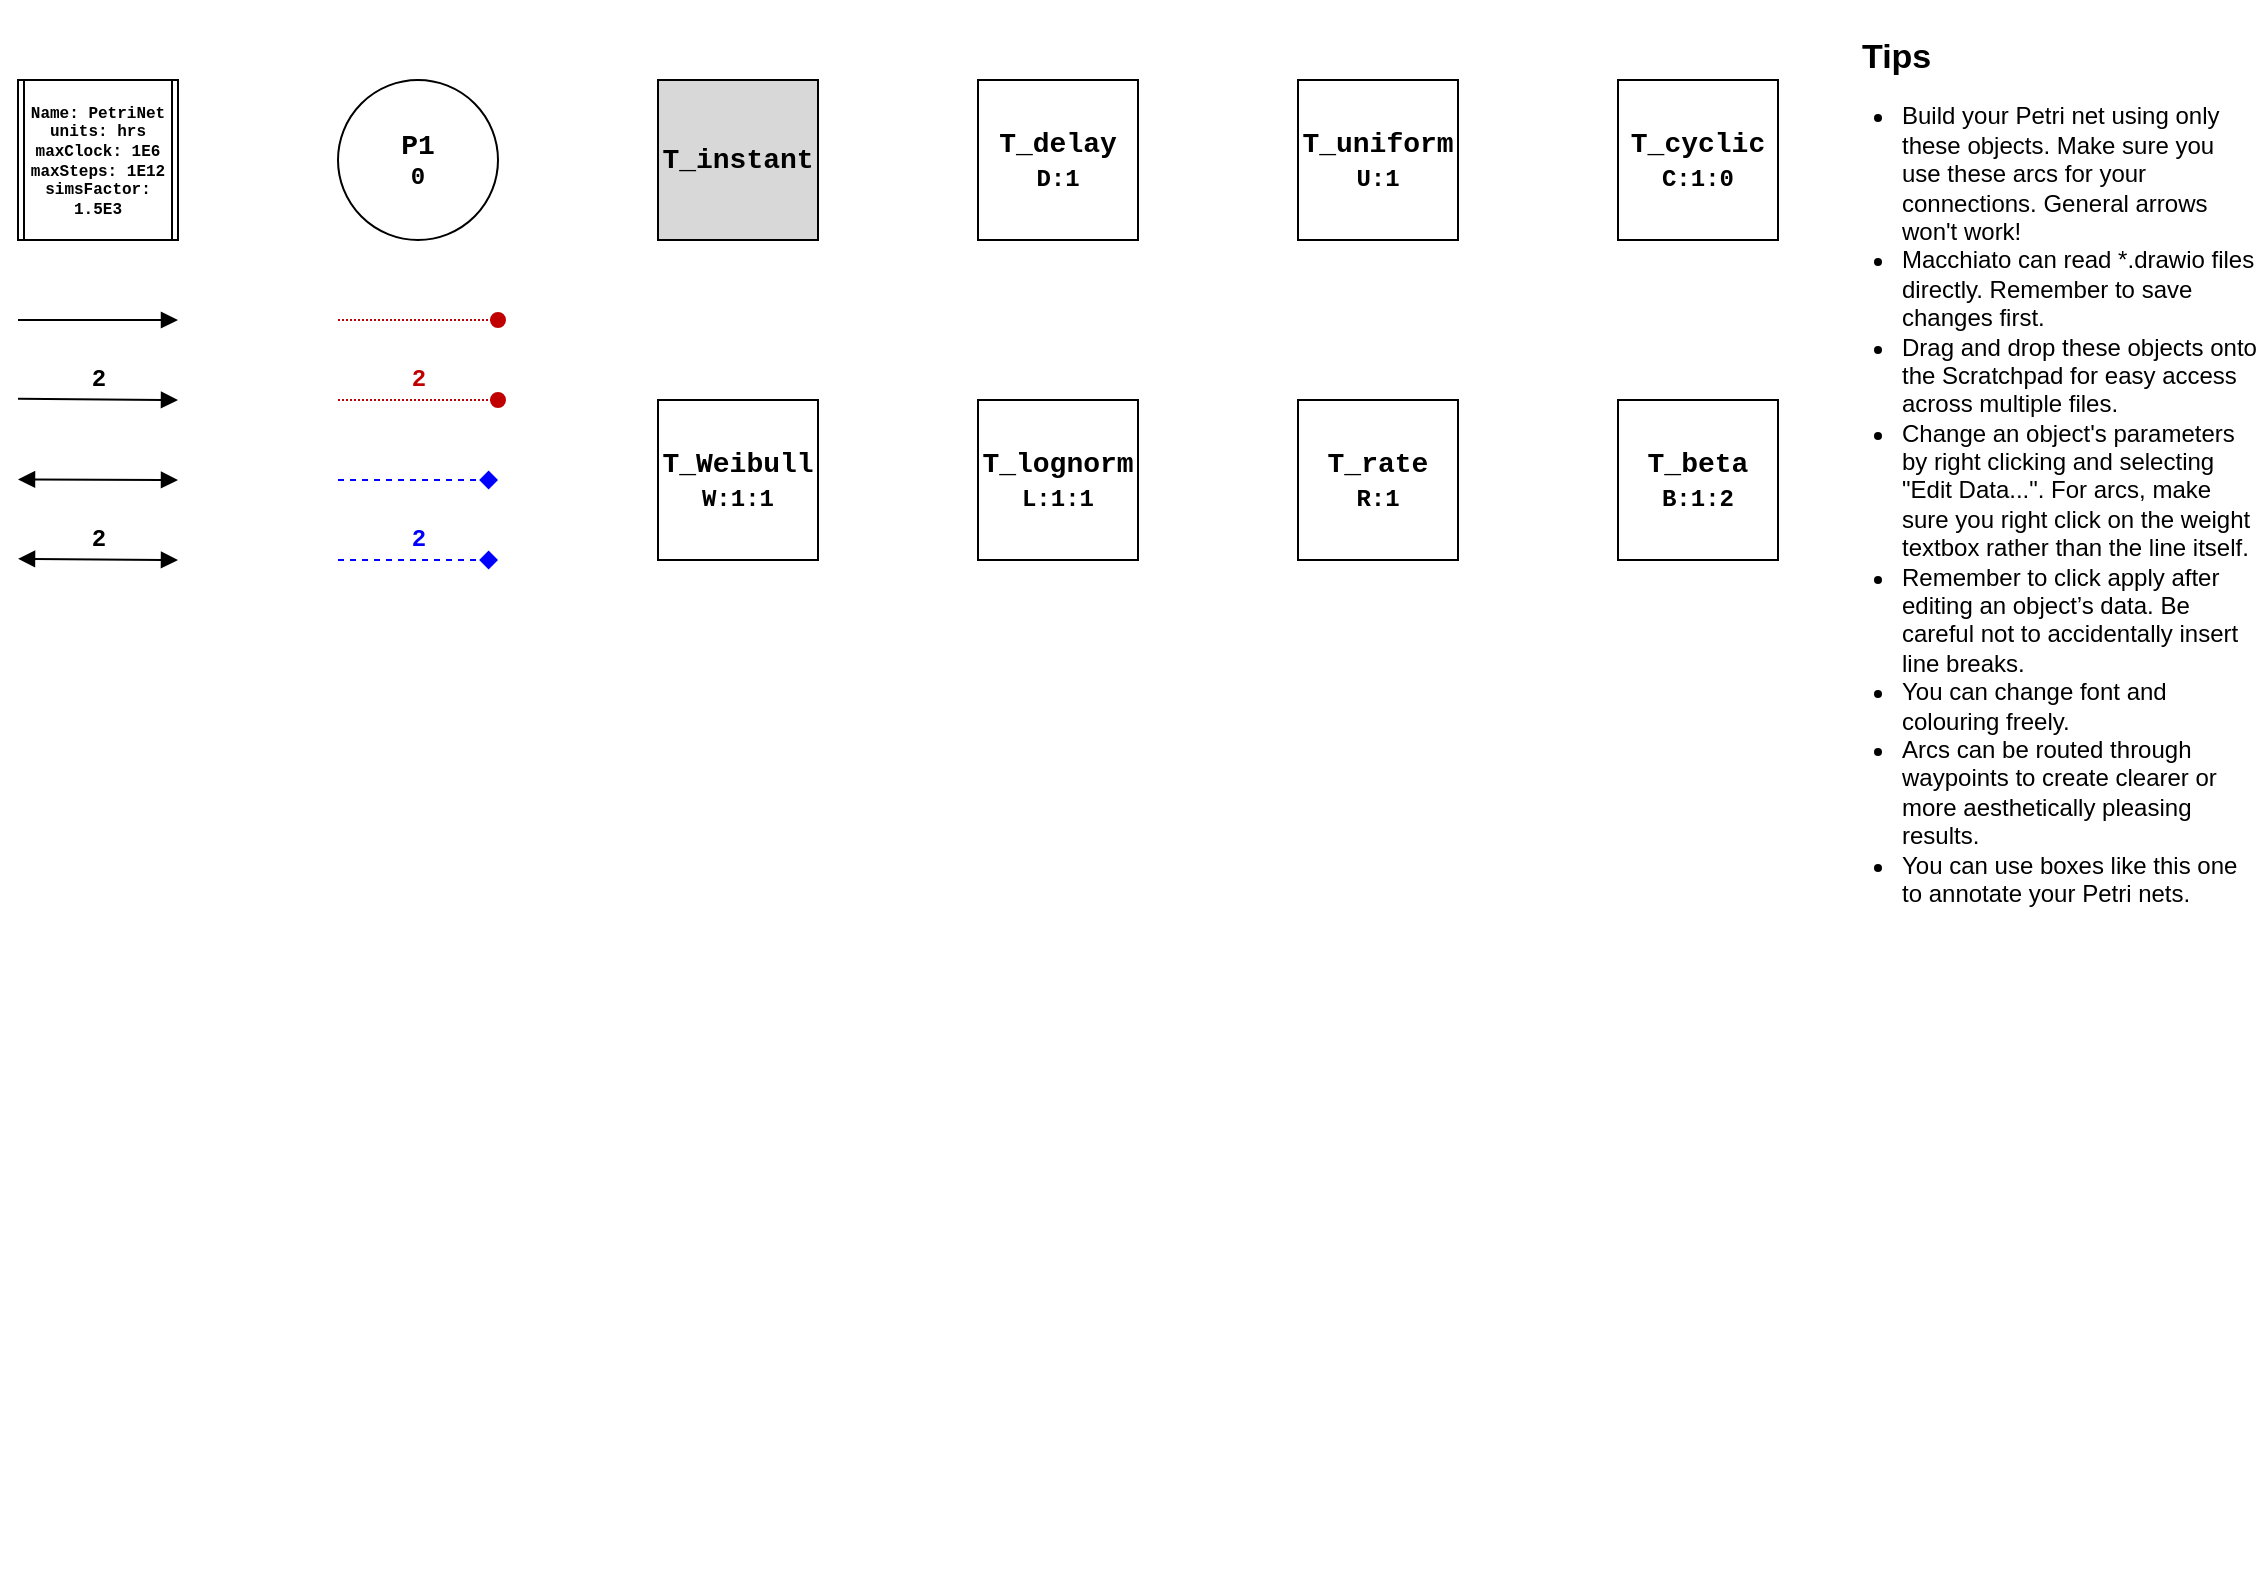
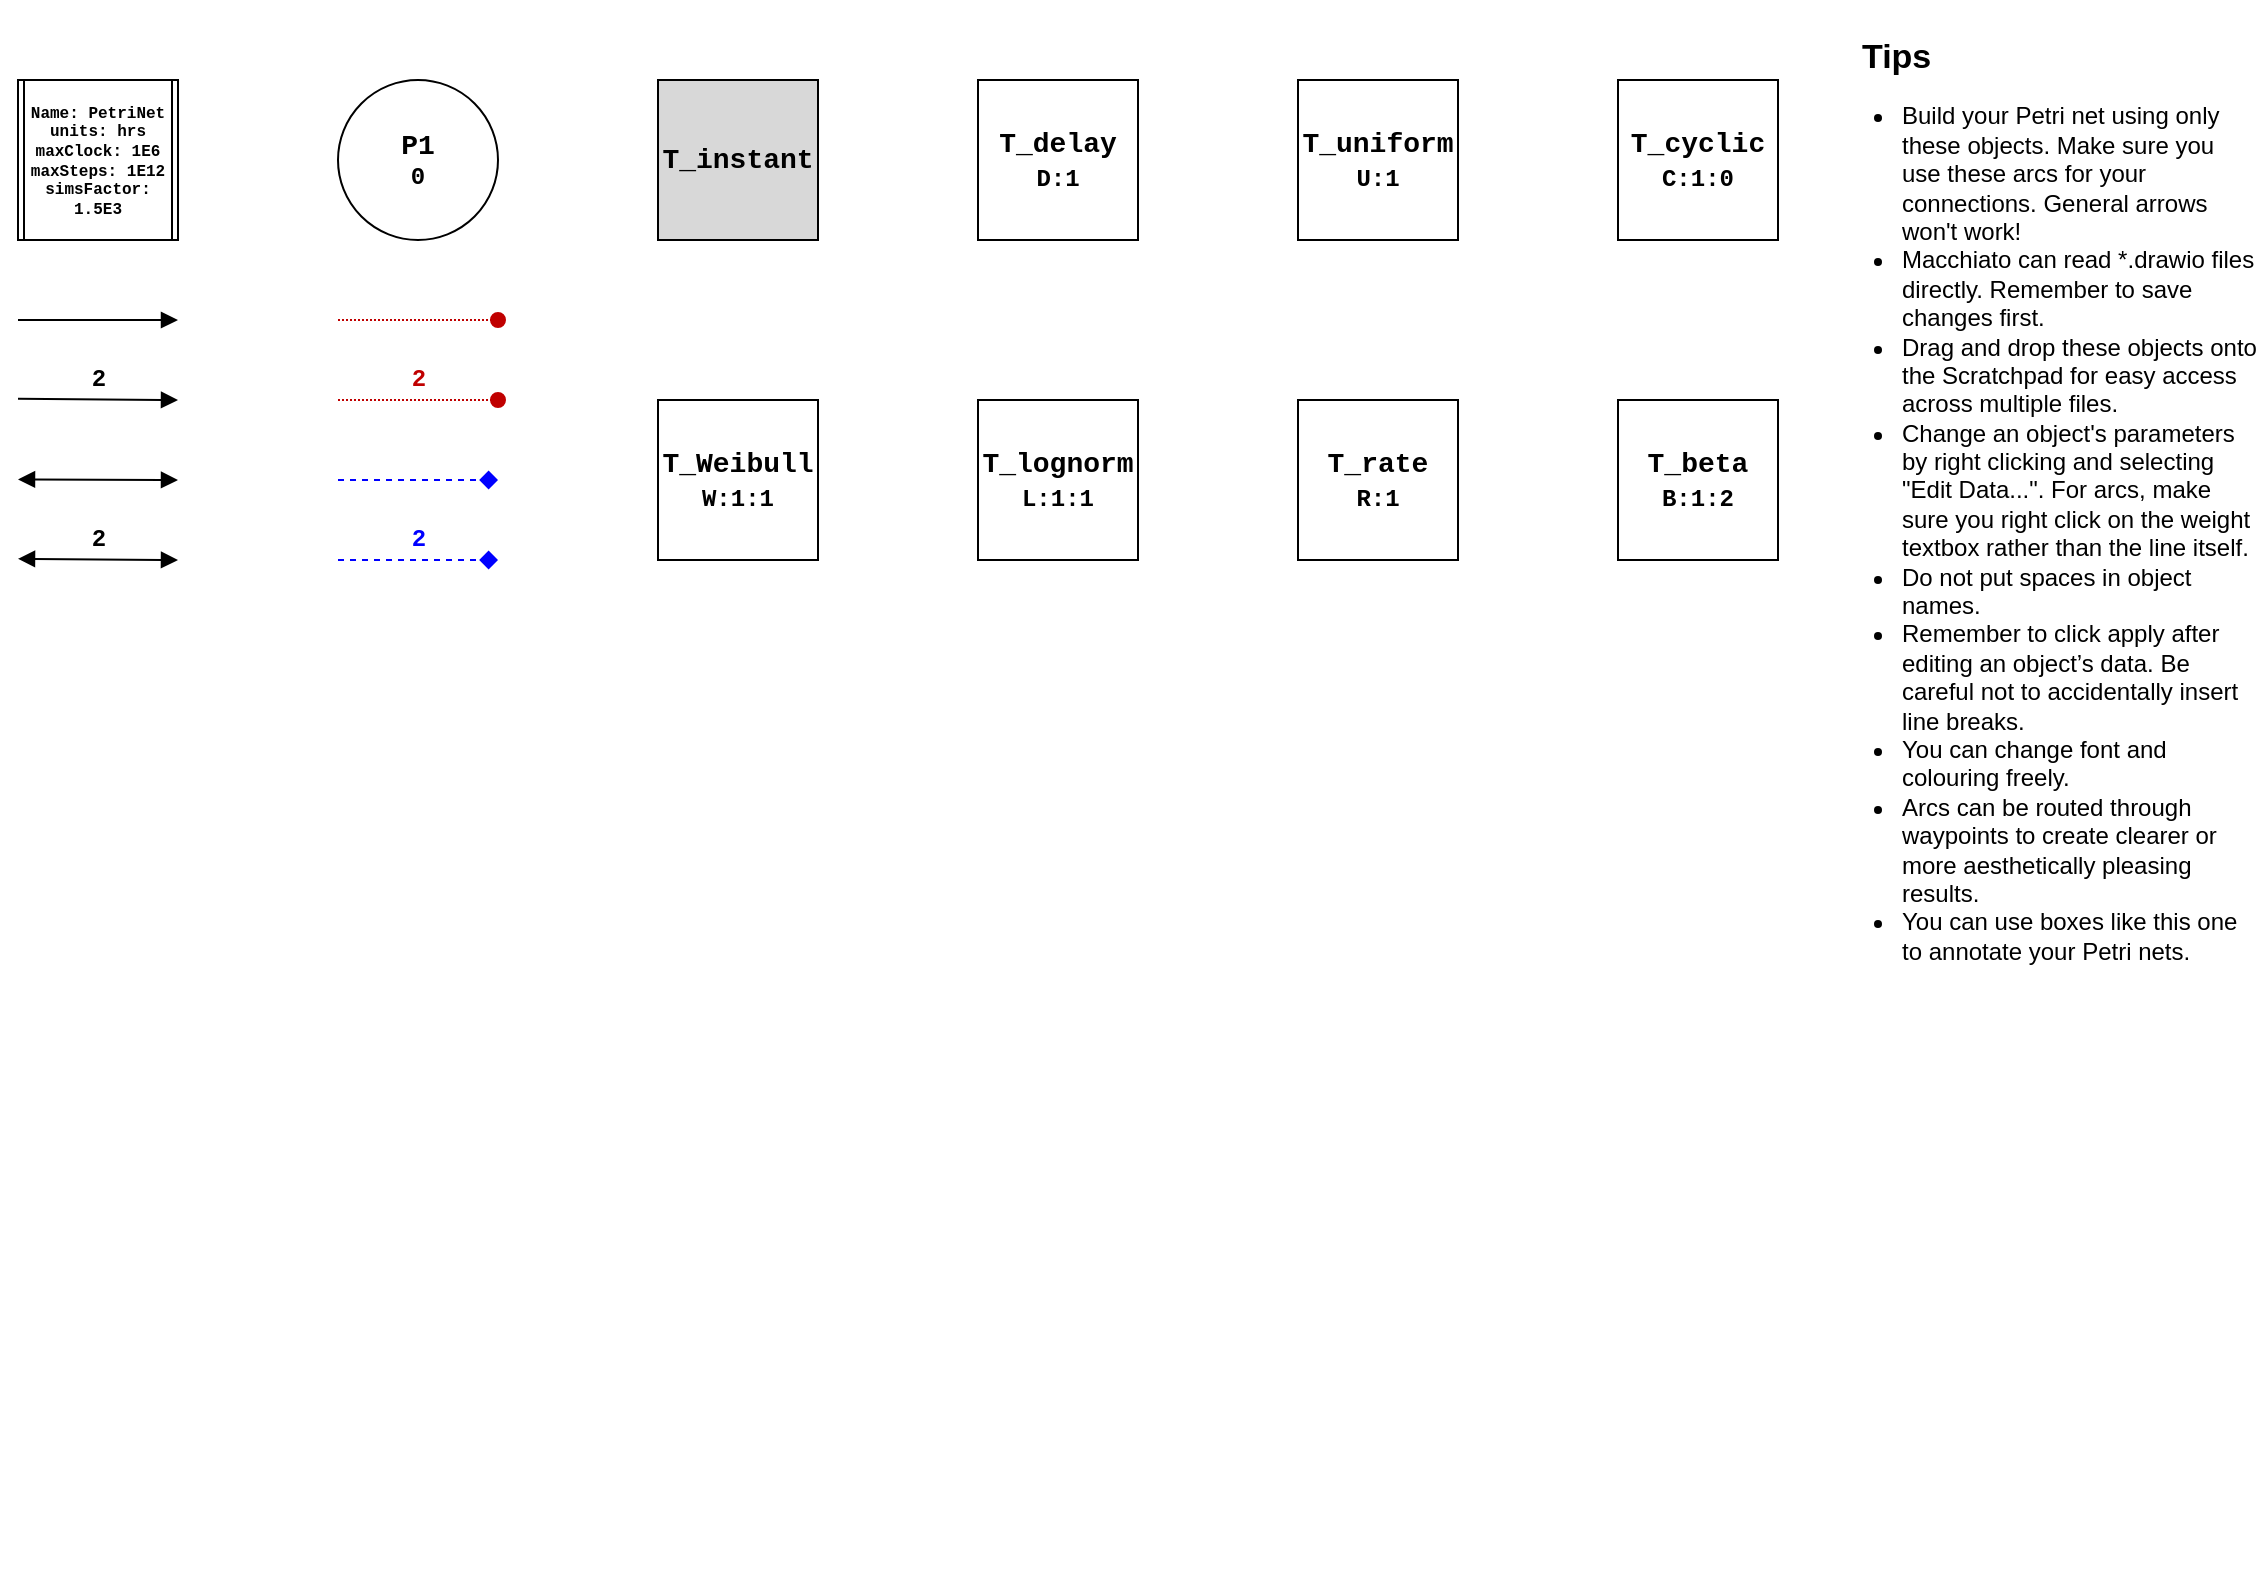
<mxfile host="Electron" agent="Mozilla/5.0 (X11; Linux x86_64) AppleWebKit/537.36 (KHTML, like Gecko) draw.io/29.6.6 Chrome/144.0.7559.236 Electron/40.8.4 Safari/537.36" version="29.6.6">
  <diagram name="Page-1" id="w09R0wPlkSaECLNgurl3">
-     <mxGraphModel dx="2066" dy="1208" grid="1" gridSize="10" guides="1" tooltips="1" connect="1" arrows="1" fold="1" page="1" pageScale="1" pageWidth="1169" pageHeight="827" math="0" shadow="0">
+     <mxGraphModel dx="1426" dy="854" grid="1" gridSize="10" guides="1" tooltips="1" connect="1" arrows="1" fold="1" page="1" pageScale="1" pageWidth="1169" pageHeight="827" math="0" shadow="0">
      <root>
        <mxCell id="0" />
        <mxCell id="1" parent="0" />
        <object label="&lt;span style=&quot;background-color: light-dark(#ffffff, var(--ge-dark-color, #121212));&quot;&gt;&lt;font style=&quot;font-size: 14px;&quot;&gt;%name%&lt;/font&gt;&lt;/span&gt;&lt;div&gt;%tokens%&lt;/div&gt;" placeholders="1" type="place" name="P1" tokens="0" min="None" max="None" limits="None" id="AhunuUh0luzD3hoNHjrG-19">
          <mxCell parent="1" style="ellipse;whiteSpace=wrap;html=1;aspect=fixed;fontFamily=Courier New;fontStyle=1" vertex="1">
            <mxGeometry height="80" width="80" x="200" y="40" as="geometry" />
          </mxCell>
        </object>
        <object label="%name%" placeholders="1" type="transition" name="T_instant" maxFire="" reset="" vote="" id="AhunuUh0luzD3hoNHjrG-21">
          <mxCell parent="1" style="whiteSpace=wrap;html=1;aspect=fixed;fontFamily=Courier New;fontStyle=1;fontSize=14;fillColor=#D8D8D8;" vertex="1">
            <mxGeometry height="80" width="80" x="360" y="40" as="geometry" />
          </mxCell>
        </object>
        <object label="%name%&lt;div&gt;&lt;font style=&quot;font-size: 12px;&quot;&gt;W:%weibull%&lt;/font&gt;&lt;/div&gt;" placeholders="1" type="transition" name="T_Weibull" maxFire="" reset="" weibull="1:1" vote="" id="AhunuUh0luzD3hoNHjrG-23">
          <mxCell parent="1" style="whiteSpace=wrap;html=1;aspect=fixed;fontFamily=Courier New;fontStyle=1;fontSize=14;" vertex="1">
            <mxGeometry height="80" width="80" x="360" y="200" as="geometry" />
          </mxCell>
        </object>
        <object label="%name%&lt;div&gt;&lt;font style=&quot;font-size: 12px;&quot;&gt;L:%lognorm%&lt;/font&gt;&lt;/div&gt;" placeholders="1" type="transition" name="T_lognorm" maxFire="" reset="" lognorm="1:1" vote="" id="AhunuUh0luzD3hoNHjrG-24">
          <mxCell parent="1" style="whiteSpace=wrap;html=1;aspect=fixed;fontFamily=Courier New;fontStyle=1;fontSize=14;" vertex="1">
            <mxGeometry height="80" width="80" x="520" y="200" as="geometry" />
          </mxCell>
        </object>
        <object label="%name%&lt;div&gt;&lt;font style=&quot;font-size: 12px;&quot;&gt;U:%uniform%&lt;/font&gt;&lt;/div&gt;" placeholders="1" type="transition" name="T_uniform" maxFire="" reset="" uniform="1" vote="" id="AhunuUh0luzD3hoNHjrG-25">
          <mxCell parent="1" style="whiteSpace=wrap;html=1;aspect=fixed;fontFamily=Courier New;fontStyle=1;fontSize=14;" vertex="1">
            <mxGeometry height="80" width="80" x="680" y="40" as="geometry" />
          </mxCell>
        </object>
        <object label="%name%&lt;div&gt;&lt;font style=&quot;font-size: 12px;&quot;&gt;D:%delay%&lt;/font&gt;&lt;/div&gt;" placeholders="1" type="transition" name="T_delay" maxFire="" reset="" delay="1" vote="" id="AhunuUh0luzD3hoNHjrG-26">
          <mxCell parent="1" style="whiteSpace=wrap;html=1;aspect=fixed;fontFamily=Courier New;fontStyle=1;fontSize=14;" vertex="1">
            <mxGeometry height="80" width="80" x="520" y="40" as="geometry" />
          </mxCell>
        </object>
        <object label="%name%&lt;div&gt;&lt;font style=&quot;font-size: 12px;&quot;&gt;R:%rate%&lt;/font&gt;&lt;/div&gt;" placeholders="1" type="transition" name="T_rate" maxFire="" reset="" rate="1" vote="" id="AhunuUh0luzD3hoNHjrG-27">
          <mxCell parent="1" style="whiteSpace=wrap;html=1;aspect=fixed;fontFamily=Courier New;fontStyle=1;fontSize=14;" vertex="1">
            <mxGeometry height="80" width="80" x="680" y="200" as="geometry" />
          </mxCell>
        </object>
        <object label="%name%&lt;div&gt;&lt;font style=&quot;font-size: 12px;&quot;&gt;B:%beta%&lt;/font&gt;&lt;/div&gt;" placeholders="1" type="transition" name="T_beta" maxFire="" reset="" beta="1:2" vote="" id="AhunuUh0luzD3hoNHjrG-28">
          <mxCell parent="1" style="whiteSpace=wrap;html=1;aspect=fixed;fontFamily=Courier New;fontStyle=1;fontSize=14;" vertex="1">
            <mxGeometry height="80" width="80" x="840" y="200" as="geometry" />
          </mxCell>
        </object>
        <object label="%name%&lt;div&gt;&lt;font style=&quot;font-size: 12px;&quot;&gt;C:%cyclic%&lt;/font&gt;&lt;/div&gt;" placeholders="1" type="transition" name="T_cyclic" maxFire="" reset="" cyclic="1:0" vote="" id="AhunuUh0luzD3hoNHjrG-29">
          <mxCell parent="1" style="whiteSpace=wrap;html=1;aspect=fixed;fontFamily=Courier New;fontStyle=1;fontSize=14;" vertex="1">
            <mxGeometry height="80" width="80" x="840" y="40" as="geometry" />
          </mxCell>
        </object>
        <object label="" placeholders="1" type="std" id="AhunuUh0luzD3hoNHjrG-30">
          <mxCell edge="1" parent="1" style="endArrow=block;html=1;rounded=0;fontFamily=Courier New;fontStyle=1;fontSize=12;endFill=1;">
            <mxGeometry relative="1" as="geometry">
              <mxPoint x="40" y="199.43" as="sourcePoint" />
              <mxPoint x="120" y="200" as="targetPoint" />
            </mxGeometry>
          </mxCell>
        </object>
        <object label="%weight%" placeholders="1" weight="2" id="AhunuUh0luzD3hoNHjrG-31">
          <mxCell connectable="0" parent="AhunuUh0luzD3hoNHjrG-30" style="edgeLabel;resizable=0;html=1;;align=center;verticalAlign=middle;labelBackgroundColor=none;fontFamily=Courier New;fontStyle=1;fontSize=12;" vertex="1">
            <mxGeometry relative="1" as="geometry">
              <mxPoint y="-10" as="offset" />
            </mxGeometry>
          </mxCell>
        </object>
        <object label="" placeholders="1" type="tst" id="AhunuUh0luzD3hoNHjrG-36">
          <mxCell edge="1" parent="1" style="endArrow=block;html=1;rounded=0;fontFamily=Courier New;fontStyle=1;fontSize=12;endFill=1;startArrow=block;startFill=1;">
            <mxGeometry relative="1" as="geometry">
              <mxPoint x="40" y="239.71" as="sourcePoint" />
              <mxPoint x="120" y="240" as="targetPoint" />
            </mxGeometry>
          </mxCell>
        </object>
        <object label="%weight%" placeholders="1" weight="" id="AhunuUh0luzD3hoNHjrG-37">
          <mxCell connectable="0" parent="AhunuUh0luzD3hoNHjrG-36" style="edgeLabel;resizable=0;html=1;;align=center;verticalAlign=middle;labelBackgroundColor=none;fontFamily=Courier New;fontStyle=1;fontSize=12;" vertex="1">
            <mxGeometry relative="1" as="geometry">
              <mxPoint y="-10" as="offset" />
            </mxGeometry>
          </mxCell>
        </object>
        <object label="" placeholders="1" type="std" id="AhunuUh0luzD3hoNHjrG-38">
          <mxCell edge="1" parent="1" style="endArrow=block;html=1;rounded=0;fontFamily=Courier New;fontStyle=1;fontSize=12;endFill=1;">
            <mxGeometry relative="1" as="geometry">
              <mxPoint x="40" y="160" as="sourcePoint" />
              <mxPoint x="120" y="160" as="targetPoint" />
            </mxGeometry>
          </mxCell>
        </object>
        <object label="%weight%" placeholders="1" weight="" id="AhunuUh0luzD3hoNHjrG-39">
          <mxCell connectable="0" parent="AhunuUh0luzD3hoNHjrG-38" style="edgeLabel;resizable=0;html=1;;align=center;verticalAlign=middle;labelBackgroundColor=none;fontFamily=Courier New;fontStyle=1;fontSize=12;" vertex="1">
            <mxGeometry relative="1" as="geometry">
              <mxPoint y="-10" as="offset" />
            </mxGeometry>
          </mxCell>
        </object>
        <object label="" placeholders="1" type="tst" id="AhunuUh0luzD3hoNHjrG-40">
          <mxCell edge="1" parent="1" style="endArrow=block;html=1;rounded=0;fontFamily=Courier New;fontStyle=1;fontSize=12;endFill=1;startArrow=block;startFill=1;">
            <mxGeometry relative="1" as="geometry">
              <mxPoint x="40" y="279.43" as="sourcePoint" />
              <mxPoint x="120" y="280" as="targetPoint" />
            </mxGeometry>
          </mxCell>
        </object>
        <object label="%weight%" placeholders="1" weight="2" id="AhunuUh0luzD3hoNHjrG-41">
          <mxCell connectable="0" parent="AhunuUh0luzD3hoNHjrG-40" style="edgeLabel;resizable=0;html=1;;align=center;verticalAlign=middle;labelBackgroundColor=none;fontFamily=Courier New;fontStyle=1;fontSize=12;" vertex="1">
            <mxGeometry relative="1" as="geometry">
              <mxPoint y="-10" as="offset" />
            </mxGeometry>
          </mxCell>
        </object>
        <object label="" placeholders="1" type="inh" id="AhunuUh0luzD3hoNHjrG-44">
          <mxCell edge="1" parent="1" style="endArrow=oval;html=1;rounded=0;fontFamily=Courier New;fontStyle=1;fontSize=12;endFill=1;strokeColor=#C00000;fontColor=#C00000;endSize=7;dashed=1;dashPattern=1 1;">
            <mxGeometry relative="1" as="geometry">
              <mxPoint x="200" y="200" as="sourcePoint" />
              <mxPoint x="280" y="200" as="targetPoint" />
            </mxGeometry>
          </mxCell>
        </object>
        <object label="%weight%" placeholders="1" weight="2" id="AhunuUh0luzD3hoNHjrG-45">
          <mxCell connectable="0" parent="AhunuUh0luzD3hoNHjrG-44" style="edgeLabel;resizable=0;html=1;;align=center;verticalAlign=middle;labelBackgroundColor=none;fontFamily=Courier New;fontStyle=1;fontSize=12;fontColor=#C00000;" vertex="1">
            <mxGeometry relative="1" as="geometry">
              <mxPoint y="-10" as="offset" />
            </mxGeometry>
          </mxCell>
        </object>
        <object label="" placeholders="1" type="inh" id="AhunuUh0luzD3hoNHjrG-46">
          <mxCell edge="1" parent="1" style="endArrow=oval;html=1;rounded=0;fontFamily=Courier New;fontStyle=1;fontSize=12;endFill=1;strokeColor=#C00000;fontColor=#C00000;endSize=7;dashed=1;dashPattern=1 1;">
            <mxGeometry relative="1" as="geometry">
              <mxPoint x="200" y="160" as="sourcePoint" />
              <mxPoint x="280" y="160" as="targetPoint" />
            </mxGeometry>
          </mxCell>
        </object>
        <object label="%weight%" placeholders="1" weight="" id="AhunuUh0luzD3hoNHjrG-47">
          <mxCell connectable="0" parent="AhunuUh0luzD3hoNHjrG-46" style="edgeLabel;resizable=0;html=1;;align=center;verticalAlign=middle;labelBackgroundColor=none;fontFamily=Courier New;fontStyle=1;fontSize=12;fontColor=#C00000;" vertex="1">
            <mxGeometry relative="1" as="geometry">
              <mxPoint y="-10" as="offset" />
            </mxGeometry>
          </mxCell>
        </object>
        <object label="" placeholders="1" type="pcn" id="AhunuUh0luzD3hoNHjrG-48">
          <mxCell edge="1" parent="1" style="endArrow=diamond;html=1;rounded=0;fontFamily=Courier New;fontStyle=1;fontSize=12;endFill=1;strokeColor=#0000FF;fontColor=#C00000;endSize=7;dashed=1;">
            <mxGeometry relative="1" as="geometry">
              <mxPoint x="200" y="280" as="sourcePoint" />
              <mxPoint x="280" y="280" as="targetPoint" />
            </mxGeometry>
          </mxCell>
        </object>
        <object label="%weight%" placeholders="1" weight="2" id="AhunuUh0luzD3hoNHjrG-49">
          <mxCell connectable="0" parent="AhunuUh0luzD3hoNHjrG-48" style="edgeLabel;resizable=0;html=1;;align=center;verticalAlign=middle;labelBackgroundColor=none;fontFamily=Courier New;fontStyle=1;fontSize=12;fontColor=#0000FF;" vertex="1">
            <mxGeometry relative="1" as="geometry">
              <mxPoint y="-10" as="offset" />
            </mxGeometry>
          </mxCell>
        </object>
        <object label="" placeholders="1" type="pcn" id="AhunuUh0luzD3hoNHjrG-52">
          <mxCell edge="1" parent="1" style="endArrow=diamond;html=1;rounded=0;fontFamily=Courier New;fontStyle=1;fontSize=12;endFill=1;strokeColor=#0000FF;fontColor=#C00000;endSize=7;dashed=1;targetPerimeterSpacing=0;strokeWidth=1;">
            <mxGeometry relative="1" as="geometry">
              <mxPoint x="200" y="240" as="sourcePoint" />
              <mxPoint x="280" y="240" as="targetPoint" />
            </mxGeometry>
          </mxCell>
        </object>
        <object label="%weight%" placeholders="1" weight="" id="AhunuUh0luzD3hoNHjrG-53">
          <mxCell connectable="0" parent="AhunuUh0luzD3hoNHjrG-52" style="edgeLabel;resizable=0;html=1;;align=center;verticalAlign=middle;labelBackgroundColor=none;fontFamily=Courier New;fontStyle=1;fontSize=12;fontColor=#0000FF;" vertex="1">
            <mxGeometry relative="1" as="geometry">
              <mxPoint y="-10" as="offset" />
            </mxGeometry>
          </mxCell>
        </object>
        <object label="&lt;font&gt;&lt;b style=&quot;&quot;&gt;Name: %name%&lt;/b&gt;&lt;/font&gt;&lt;div&gt;&lt;b style=&quot;background-color: transparent; color: light-dark(rgb(0, 0, 0), rgb(255, 255, 255));&quot;&gt;units: %units%&lt;/b&gt;&lt;/div&gt;&lt;div&gt;&lt;b style=&quot;background-color: transparent; color: light-dark(rgb(0, 0, 0), rgb(255, 255, 255));&quot;&gt;maxClock: %maxClock%&lt;/b&gt;&lt;/div&gt;&lt;div&gt;&lt;b style=&quot;color: light-dark(rgb(0, 0, 0), rgb(255, 255, 255)); background-color: transparent;&quot;&gt;maxSteps: %maxSteps%&lt;/b&gt;&lt;/div&gt;&lt;div&gt;&lt;b style=&quot;color: light-dark(rgb(0, 0, 0), rgb(255, 255, 255)); background-color: transparent;&quot;&gt;simsFactor: %simsFactor%&lt;/b&gt;&lt;/div&gt;" type="properties" name="PetriNet" units="hrs" maxClock="1E6" maxSteps="1E12" simsFactor="1.5E3" placeholders="1" id="AhunuUh0luzD3hoNHjrG-54">
          <mxCell parent="1" style="shape=process;html=1;backgroundOutline=1;fontFamily=Courier New;autosizeText=1;fontSize=8;whiteSpace=wrap;size=0.03810492621527759;" vertex="1">
            <mxGeometry height="80" width="80" x="40" y="40" as="geometry" />
          </mxCell>
        </object>
-         <mxCell id="AhunuUh0luzD3hoNHjrG-55" parent="1" style="text;html=1;whiteSpace=wrap;overflow=hidden;rounded=0;" value="&lt;p style=&quot;text-align: justify;&quot;&gt;&lt;/p&gt;&lt;div&gt;&lt;b&gt;&lt;font style=&quot;font-size: 17px;&quot;&gt;Tips&lt;/font&gt;&lt;/b&gt;&lt;/div&gt;&lt;ul style=&quot;padding-left: 20px; padding-bottom: 0px;&quot;&gt;&lt;li&gt;Build your Petri net using only these objects. Make sure you use these arcs for your connections. General arrows won&#39;t work!&lt;/li&gt;&lt;li&gt;Macchiato can read *.drawio files directly. Remember to save changes first.&lt;/li&gt;&lt;li&gt;Drag and drop these objects onto the Scratchpad for easy access across multiple files.&lt;/li&gt;&lt;li&gt;Change an object&#39;s parameters by right clicking and selecting &quot;Edit Data...&quot;. For arcs, make sure you right click on the weight textbox rather than the line itself.&lt;/li&gt;&lt;li&gt;Remember to click apply after editing an object’s data. Be careful not to accidentally insert line breaks.&lt;/li&gt;&lt;li&gt;You can change font and colouring freely.&lt;/li&gt;&lt;li&gt;Arcs can be routed through waypoints to create clearer or more aesthetically pleasing results.&lt;/li&gt;&lt;li&gt;You can use boxes like this one to annotate your Petri nets.&lt;/li&gt;&lt;/ul&gt;" vertex="1">
+         <mxCell id="AhunuUh0luzD3hoNHjrG-55" parent="1" style="text;html=1;whiteSpace=wrap;overflow=hidden;rounded=0;" value="&lt;p style=&quot;text-align: justify;&quot;&gt;&lt;/p&gt;&lt;div&gt;&lt;b&gt;&lt;font style=&quot;font-size: 17px;&quot;&gt;Tips&lt;/font&gt;&lt;/b&gt;&lt;/div&gt;&lt;ul style=&quot;padding-left: 20px; padding-bottom: 0px;&quot;&gt;&lt;li&gt;Build your Petri net using only these objects. Make sure you use these arcs for your connections. General arrows won&#39;t work!&lt;/li&gt;&lt;li&gt;Macchiato can read *.drawio files directly. Remember to save changes first.&lt;/li&gt;&lt;li&gt;Drag and drop these objects onto the Scratchpad for easy access across multiple files.&lt;/li&gt;&lt;li&gt;Change an object&#39;s parameters by right clicking and selecting &quot;Edit Data...&quot;. For arcs, make sure you right click on the weight textbox rather than the line itself.&lt;/li&gt;&lt;li&gt;Do not put spaces in object names.&lt;/li&gt;&lt;li&gt;Remember to click apply after editing an object’s data. Be careful not to accidentally insert line breaks.&lt;/li&gt;&lt;li&gt;You can change font and colouring freely.&lt;/li&gt;&lt;li&gt;Arcs can be routed through waypoints to create clearer or more aesthetically pleasing results.&lt;/li&gt;&lt;li&gt;You can use boxes like this one to annotate your Petri nets.&lt;/li&gt;&lt;/ul&gt;" vertex="1">
          <mxGeometry height="790" width="200" x="960" as="geometry" />
        </mxCell>
      </root>
    </mxGraphModel>
  </diagram>
</mxfile>
